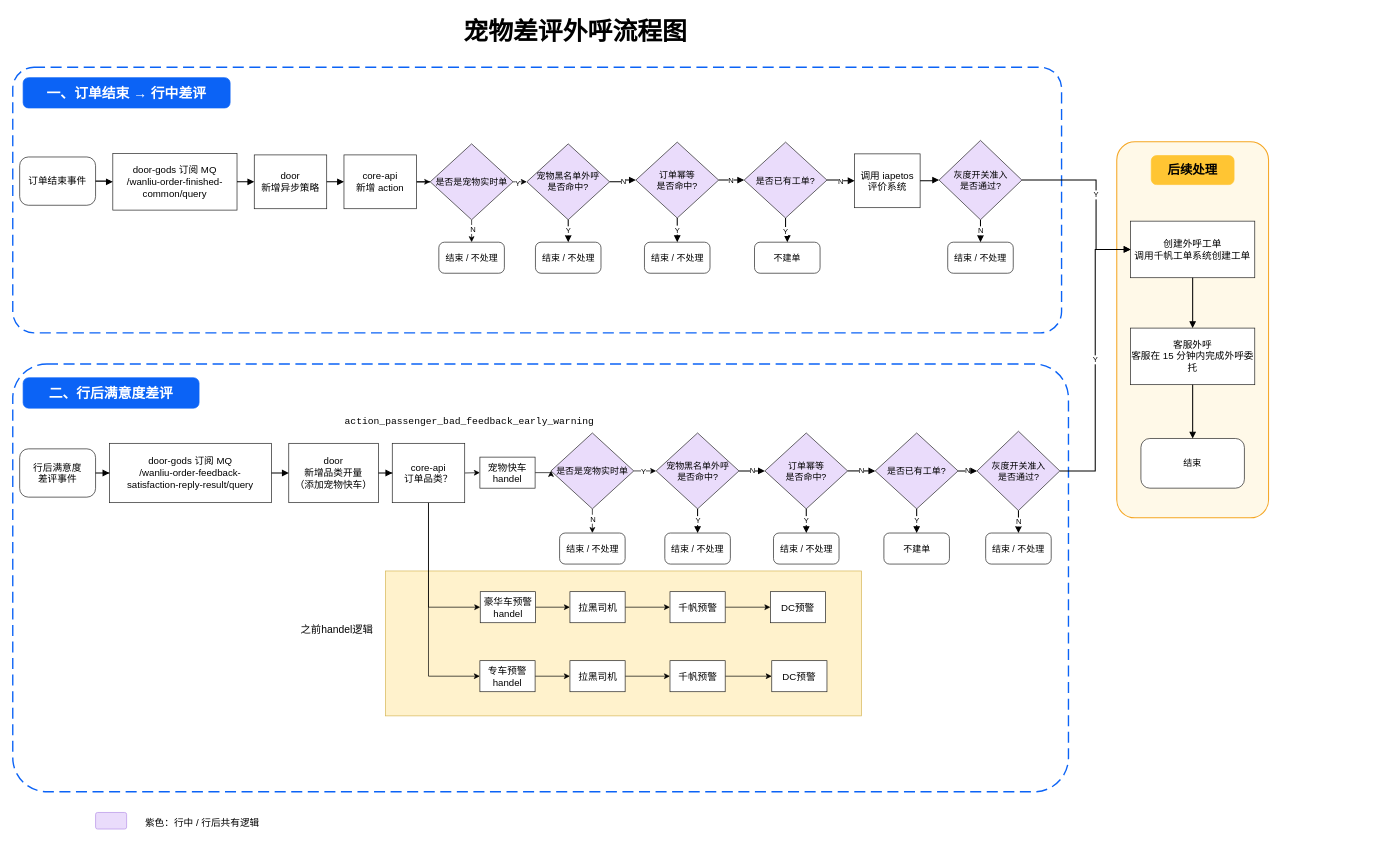
Before: 宠物外呼流程图.drawio in EYOKE/hello-world, a draw.io diagram. Source tidied: cells renumbered, new cells numbered last; positions are measured from the earlier drawing's top-left corner, leaving out a move shared by most shapes. Both pictures are drawn from the tidied source at 69%, with x=0, y=0 at pixel (12, 12).
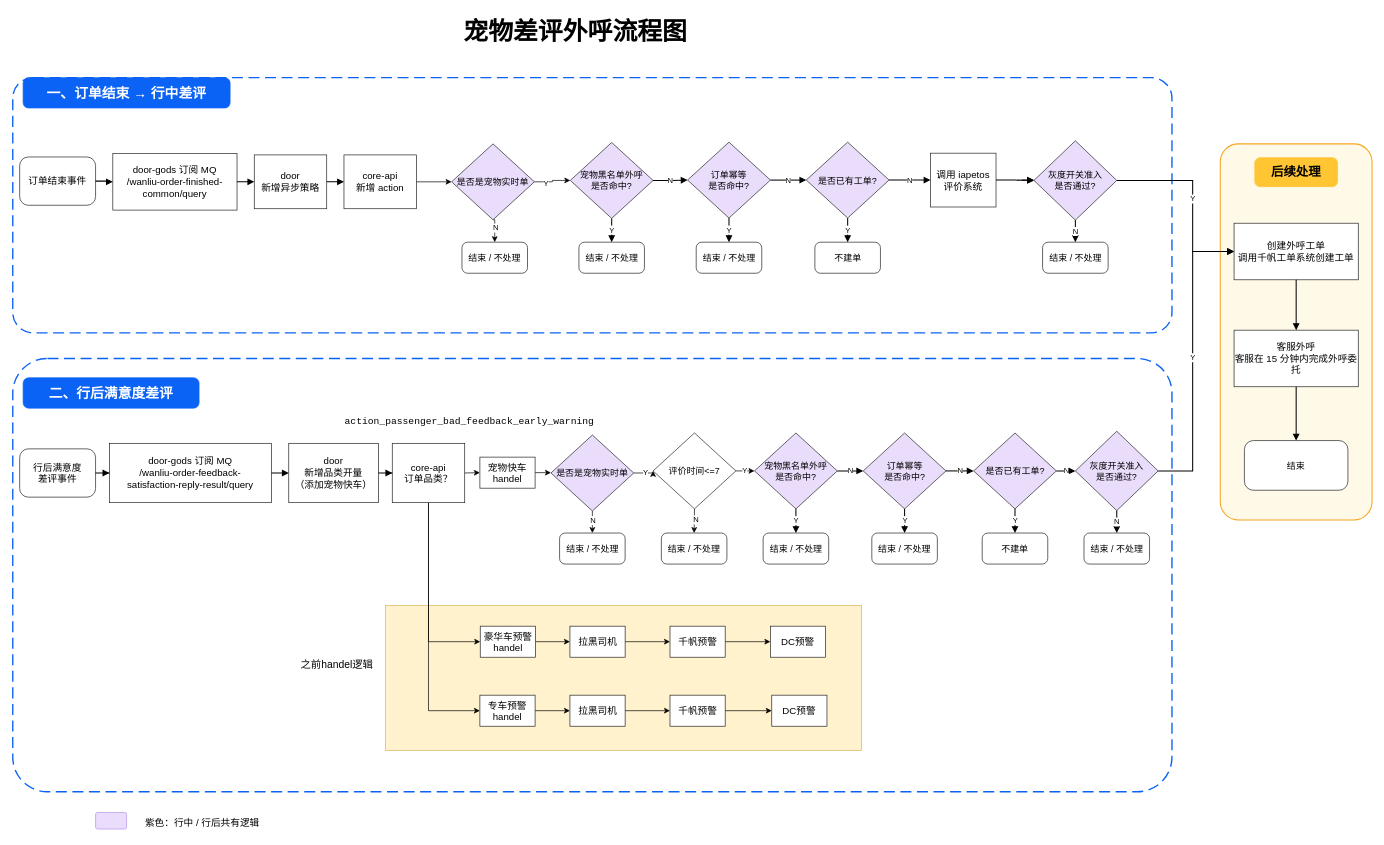
The same page after the edit.

Commit message:
更新宠物外呼流程图.drawio

Change to the diagram source:
```diff
@@
     <mxCell id="2" style="rounded=0;whiteSpace=wrap;html=1;fillColor=#fff2cc;strokeColor=#d6b656;" parent="1" vertex="1">
-      <mxGeometry x="540" y="810" width="690" height="210" as="geometry" />
+      <mxGeometry x="540" y="860" width="690" height="210" as="geometry" />
     </mxCell>
@@
     <mxCell id="4" style="rounded=1;whiteSpace=wrap;html=1;fillColor=none;strokeColor=#0B63F6;dashed=1;dashPattern=8 4;strokeWidth=2;arcSize=8;" parent="1" vertex="1">
-      <mxGeometry y="80" width="1520" height="385" as="geometry" />
+      <mxGeometry y="95" width="1680" height="370" as="geometry" />
     </mxCell>
     <mxCell id="5" style="rounded=1;whiteSpace=wrap;html=1;fillColor=none;strokeColor=#0B63F6;dashed=1;dashPattern=8 4;strokeWidth=2;arcSize=8;" parent="1" vertex="1">
-      <mxGeometry y="510" width="1530" height="620" as="geometry" />
+      <mxGeometry y="502" width="1680" height="628" as="geometry" />
     </mxCell>
@@
     <mxCell id="13" value="宠物黑名单外呼&lt;br&gt;是否命中?" style="rhombus;whiteSpace=wrap;html=1;fillColor=#EADCFB;strokeColor=#222222;fontSize=13;" parent="1" vertex="1">
-      <mxGeometry x="745" y="191" width="120" height="110" as="geometry" />
+      <mxGeometry x="808" y="189" width="120" height="110" as="geometry" />
     </mxCell>
     <mxCell id="14" value="订单幂等&lt;br&gt;是否命中?" style="rhombus;whiteSpace=wrap;html=1;fillColor=#EADCFB;strokeColor=#222222;fontSize=13;" parent="1" vertex="1">
-      <mxGeometry x="903" y="188.5" width="120" height="110" as="geometry" />
+      <mxGeometry x="978" y="188.5" width="120" height="110" as="geometry" />
     </mxCell>
     <mxCell id="15" value="是否已有工单?" style="rhombus;whiteSpace=wrap;html=1;fillColor=#EADCFB;strokeColor=#222222;fontSize=13;" parent="1" vertex="1">
-      <mxGeometry x="1060" y="188.5" width="120" height="110" as="geometry" />
+      <mxGeometry x="1150" y="188.5" width="120" height="110" as="geometry" />
     </mxCell>
     <mxCell id="16" value="调用 iapetos&lt;br&gt;评价系统" style="rounded=0;whiteSpace=wrap;html=1;fillColor=#FFFFFF;strokeColor=#222222;fontSize=14;" parent="1" vertex="1">
-      <mxGeometry x="1220" y="205.5" width="95" height="78" as="geometry" />
+      <mxGeometry x="1330" y="204.5" width="95" height="78" as="geometry" />
     </mxCell>
-    <mxCell id="17" value="灰度开关准入&lt;br&gt;是否通过?" style="rhombus;whiteSpace=wrap;html=1;fillColor=#EADCFB;strokeColor=#222222;fontSize=13;" parent="1" vertex="1">
-      <mxGeometry x="1342.5" y="186" width="120" height="115" as="geometry" />
-    </mxCell>
     <mxCell id="18" value="结束 / 不处理" style="rounded=1;whiteSpace=wrap;html=1;fillColor=#FFFFFF;strokeColor=#222222;fontSize=13;arcSize=18;" parent="1" vertex="1">
-      <mxGeometry x="757.5" y="333.5" width="95" height="45" as="geometry" />
+      <mxGeometry x="820.5" y="333.5" width="95" height="45" as="geometry" />
     </mxCell>
     <mxCell id="19" value="结束 / 不处理" style="rounded=1;whiteSpace=wrap;html=1;fillColor=#FFFFFF;strokeColor=#222222;fontSize=13;arcSize=18;" parent="1" vertex="1">
-      <mxGeometry x="915.5" y="333.5" width="95" height="45" as="geometry" />
+      <mxGeometry x="990.5" y="333.5" width="95" height="45" as="geometry" />
     </mxCell>
     <mxCell id="20" value="不建单" style="rounded=1;whiteSpace=wrap;html=1;fillColor=#FFFFFF;strokeColor=#222222;fontSize=13;arcSize=18;" parent="1" vertex="1">
-      <mxGeometry x="1075" y="333.5" width="95" height="45" as="geometry" />
+      <mxGeometry x="1162.5" y="333.5" width="95" height="45" as="geometry" />
     </mxCell>
     <mxCell id="21" value="结束 / 不处理" style="rounded=1;whiteSpace=wrap;html=1;fillColor=#FFFFFF;strokeColor=#222222;fontSize=13;arcSize=18;" parent="1" vertex="1">
-      <mxGeometry x="1355" y="333.5" width="95" height="45" as="geometry" />
+      <mxGeometry x="1492.5" y="333.5" width="95" height="45" as="geometry" />
     </mxCell>
@@
     <mxCell id="29" value="宠物黑名单外呼&lt;br&gt;是否命中?" style="rhombus;whiteSpace=wrap;html=1;fillColor=#EADCFB;strokeColor=#222222;fontSize=13;" parent="1" vertex="1">
-      <mxGeometry x="932.5" y="610" width="120" height="110" as="geometry" />
+      <mxGeometry x="1075" y="610" width="120" height="110" as="geometry" />
     </mxCell>
     <mxCell id="30" value="订单幂等&lt;br&gt;是否命中?" style="rhombus;whiteSpace=wrap;html=1;fillColor=#EADCFB;strokeColor=#222222;fontSize=13;" parent="1" vertex="1">
-      <mxGeometry x="1090" y="610" width="120" height="110" as="geometry" />
+      <mxGeometry x="1232.5" y="610" width="120" height="110" as="geometry" />
     </mxCell>
     <mxCell id="31" value="是否已有工单?" style="rhombus;whiteSpace=wrap;html=1;fillColor=#EADCFB;strokeColor=#222222;fontSize=13;" parent="1" vertex="1">
-      <mxGeometry x="1250" y="610" width="120" height="110" as="geometry" />
+      <mxGeometry x="1392.5" y="610" width="120" height="110" as="geometry" />
     </mxCell>
     <mxCell id="32" value="灰度开关准入&lt;br&gt;是否通过?" style="rhombus;whiteSpace=wrap;html=1;fillColor=#EADCFB;strokeColor=#222222;fontSize=13;" parent="1" vertex="1">
-      <mxGeometry x="1397.5" y="607.5" width="120" height="115" as="geometry" />
+      <mxGeometry x="1540" y="607.5" width="120" height="115" as="geometry" />
     </mxCell>
     <mxCell id="33" value="结束 / 不处理" style="rounded=1;whiteSpace=wrap;html=1;fillColor=#FFFFFF;strokeColor=#222222;fontSize=13;arcSize=18;" parent="1" vertex="1">
-      <mxGeometry x="945" y="755" width="95" height="45" as="geometry" />
+      <mxGeometry x="1087.5" y="755" width="95" height="45" as="geometry" />
     </mxCell>
     <mxCell id="34" value="结束 / 不处理" style="rounded=1;whiteSpace=wrap;html=1;fillColor=#FFFFFF;strokeColor=#222222;fontSize=13;arcSize=18;" parent="1" vertex="1">
-      <mxGeometry x="1102.5" y="755" width="95" height="45" as="geometry" />
+      <mxGeometry x="1245" y="755" width="95" height="45" as="geometry" />
     </mxCell>
     <mxCell id="35" value="不建单" style="rounded=1;whiteSpace=wrap;html=1;fillColor=#FFFFFF;strokeColor=#222222;fontSize=13;arcSize=18;" parent="1" vertex="1">
-      <mxGeometry x="1262.5" y="755" width="95" height="45" as="geometry" />
+      <mxGeometry x="1405" y="755" width="95" height="45" as="geometry" />
     </mxCell>
     <mxCell id="36" value="结束 / 不处理" style="rounded=1;whiteSpace=wrap;html=1;fillColor=#FFFFFF;strokeColor=#222222;fontSize=13;arcSize=18;" parent="1" vertex="1">
-      <mxGeometry x="1410" y="755" width="95" height="45" as="geometry" />
+      <mxGeometry x="1552.5" y="755" width="95" height="45" as="geometry" />
     </mxCell>
     <mxCell id="37" style="rounded=1;whiteSpace=wrap;html=1;fillColor=#FFF9E8;strokeColor=#F5A623;strokeWidth=1.5;arcSize=12;" parent="1" vertex="1">
-      <mxGeometry x="1600" y="188" width="220" height="545" as="geometry" />
+      <mxGeometry x="1750" y="191" width="220" height="545" as="geometry" />
     </mxCell>
     <mxCell id="38" value="后续处理" style="rounded=1;whiteSpace=wrap;html=1;fillColor=#FFC533;strokeColor=#FFC533;fontSize=18;fontStyle=1;arcSize=18;" parent="1" vertex="1">
-      <mxGeometry x="1650" y="208" width="120" height="42" as="geometry" />
+      <mxGeometry x="1800" y="211" width="120" height="42" as="geometry" />
     </mxCell>
     <mxCell id="39" value="创建外呼工单&lt;br&gt;调用千帆工单系统创建工单" style="rounded=0;whiteSpace=wrap;html=1;fillColor=#FFFFFF;strokeColor=#222222;fontSize=14;" parent="1" vertex="1">
-      <mxGeometry x="1620" y="303" width="180" height="82" as="geometry" />
+      <mxGeometry x="1770" y="306" width="180" height="82" as="geometry" />
     </mxCell>
     <mxCell id="40" value="客服外呼&lt;br&gt;客服在 15 分钟内完成外呼委托" style="rounded=0;whiteSpace=wrap;html=1;fillColor=#FFFFFF;strokeColor=#222222;fontSize=14;" parent="1" vertex="1">
-      <mxGeometry x="1620" y="458" width="180" height="82" as="geometry" />
+      <mxGeometry x="1770" y="461" width="180" height="82" as="geometry" />
     </mxCell>
     <mxCell id="41" value="结束" style="rounded=1;whiteSpace=wrap;html=1;fillColor=#FFFFFF;strokeColor=#222222;fontSize=13;arcSize=18;" parent="1" vertex="1">
-      <mxGeometry x="1635" y="618" width="150" height="72" as="geometry" />
+      <mxGeometry x="1785" y="621" width="150" height="72" as="geometry" />
     </mxCell>
@@
-    <mxCell id="49" value="Y" style="edgeStyle=orthogonalEdgeStyle;rounded=0;jettySize=auto;html=1;endArrow=block;endFill=1;strokeWidth=1.5;entryX=0;entryY=0.5;entryDx=0;entryDy=0;" parent="1" edge="1" source="17" target="39">
+    <mxCell id="49" value="Y" style="edgeStyle=orthogonalEdgeStyle;rounded=0;jettySize=auto;html=1;endArrow=block;endFill=1;strokeWidth=1.5;entryX=0;entryY=0.5;entryDx=0;entryDy=0;" parent="1" edge="1" source="17">
       <mxGeometry relative="1" as="geometry">
+        <mxPoint x="1770" y="347" as="targetPoint" />
         <Array as="points">
-          <mxPoint x="1570" y="243.6" />
-          <mxPoint x="1570" y="344" />
+          <mxPoint x="1710" y="243.5" />
+          <mxPoint x="1710" y="347" />
         </Array>
       </mxGeometry>
     </mxCell>
@@
     <mxCell id="60" value="Y" style="edgeStyle=orthogonalEdgeStyle;rounded=0;jettySize=auto;html=1;endArrow=block;endFill=1;strokeWidth=1.5;exitX=1;exitY=0.5;exitDx=0;exitDy=0;entryX=0;entryY=0.5;entryDx=0;entryDy=0;" parent="1" edge="1" source="32" target="39">
-      <mxGeometry relative="1" as="geometry" />
+      <mxGeometry relative="1" as="geometry">
+        <Array as="points">
+          <mxPoint x="1710" y="665" />
+          <mxPoint x="1710" y="347" />
+        </Array>
+      </mxGeometry>
     </mxCell>
@@
     <mxCell id="73" value="是否是宠物实时单" style="rhombus;whiteSpace=wrap;html=1;fillColor=#EADCFB;strokeColor=#222222;fontSize=13;" parent="1" vertex="1">
-      <mxGeometry x="605" y="191" width="120" height="110" as="geometry" />
+      <mxGeometry x="636" y="191" width="120" height="110" as="geometry" />
     </mxCell>
     <mxCell id="74" value="结束 / 不处理" style="rounded=1;whiteSpace=wrap;html=1;fillColor=#FFFFFF;strokeColor=#222222;fontSize=13;arcSize=18;" parent="1" vertex="1">
-      <mxGeometry x="617.5" y="333.5" width="95" height="45" as="geometry" />
+      <mxGeometry x="651" y="333.5" width="95" height="45" as="geometry" />
     </mxCell>
@@
-    <mxCell id="76" style="edgeStyle=orthogonalEdgeStyle;rounded=0;jettySize=auto;html=1;exitX=1;exitY=0.5;exitDx=0;exitDy=0;entryX=0;entryY=0.5;entryDx=0;entryDy=0;" parent="1" edge="1" source="80" target="29">
-      <mxGeometry relative="1" as="geometry" />
-    </mxCell>
-    <mxCell id="77" value="Y" style="edgeLabel;html=1;align=center;verticalAlign=middle;" parent="76" vertex="1">
-      <mxGeometry x="-0.22" relative="1" as="geometry" />
-    </mxCell>
@@
+    <mxCell id="99" style="edgeStyle=orthogonalEdgeStyle;rounded=0;jettySize=auto;html=1;exitX=1;exitY=0.5;exitDx=0;exitDy=0;entryX=0;entryY=0.5;entryDx=0;entryDy=0;" parent="1" edge="1" source="80" target="105">
+      <mxGeometry relative="1" as="geometry" />
+    </mxCell>
+    <mxCell id="100" value="Y" style="edgeLabel;html=1;align=center;verticalAlign=middle;" parent="99" vertex="1">
+      <mxGeometry x="0.01" y="1" relative="1" as="geometry" />
+    </mxCell>
     <mxCell id="80" value="是否是宠物实时单" style="rhombus;whiteSpace=wrap;html=1;fillColor=#EADCFB;strokeColor=#222222;fontSize=13;" parent="1" vertex="1">
-      <mxGeometry x="780" y="610" width="120" height="110" as="geometry" />
+      <mxGeometry x="780" y="613" width="120" height="110" as="geometry" />
     </mxCell>
@@
     <mxCell id="85" value="豪华车预警handel" style="rounded=0;whiteSpace=wrap;html=1;fillColor=#FFFFFF;strokeColor=#222222;fontSize=14;" parent="1" vertex="1">
-      <mxGeometry x="677.5" y="840" width="80" height="45" as="geometry" />
+      <mxGeometry x="677.5" y="890" width="80" height="45" as="geometry" />
     </mxCell>
@@
     <mxCell id="87" value="专车预警handel" style="rounded=0;whiteSpace=wrap;html=1;fillColor=#FFFFFF;strokeColor=#222222;fontSize=14;" parent="1" vertex="1">
-      <mxGeometry x="677" y="940" width="80" height="45" as="geometry" />
+      <mxGeometry x="677" y="990" width="80" height="45" as="geometry" />
     </mxCell>
@@
     <mxCell id="89" value="拉黑司机" style="rounded=0;whiteSpace=wrap;html=1;fillColor=#FFFFFF;strokeColor=#222222;fontSize=14;" parent="1" vertex="1">
-      <mxGeometry x="807.5" y="840" width="80" height="45" as="geometry" />
+      <mxGeometry x="807.5" y="890" width="80" height="45" as="geometry" />
     </mxCell>
@@
     <mxCell id="91" value="千帆预警" style="rounded=0;whiteSpace=wrap;html=1;fillColor=#FFFFFF;strokeColor=#222222;fontSize=14;" parent="1" vertex="1">
-      <mxGeometry x="952.5" y="840" width="80" height="45" as="geometry" />
+      <mxGeometry x="952.5" y="890" width="80" height="45" as="geometry" />
     </mxCell>
     <mxCell id="92" value="DC预警" style="rounded=0;whiteSpace=wrap;html=1;fillColor=#FFFFFF;strokeColor=#222222;fontSize=14;" parent="1" vertex="1">
-      <mxGeometry x="1098" y="840" width="80" height="45" as="geometry" />
+      <mxGeometry x="1098" y="890" width="80" height="45" as="geometry" />
     </mxCell>
@@
     <mxCell id="94" value="拉黑司机" style="rounded=0;whiteSpace=wrap;html=1;fillColor=#FFFFFF;strokeColor=#222222;fontSize=14;" parent="1" vertex="1">
-      <mxGeometry x="807.5" y="940" width="80" height="45" as="geometry" />
+      <mxGeometry x="807.5" y="990" width="80" height="45" as="geometry" />
     </mxCell>
@@
     <mxCell id="96" value="千帆预警" style="rounded=0;whiteSpace=wrap;html=1;fillColor=#FFFFFF;strokeColor=#222222;fontSize=14;" parent="1" vertex="1">
-      <mxGeometry x="952.5" y="940" width="80" height="45" as="geometry" />
+      <mxGeometry x="952.5" y="990" width="80" height="45" as="geometry" />
     </mxCell>
     <mxCell id="97" value="DC预警" style="rounded=0;whiteSpace=wrap;html=1;fillColor=#FFFFFF;strokeColor=#222222;fontSize=14;" parent="1" vertex="1">
-      <mxGeometry x="1100" y="940" width="80" height="45" as="geometry" />
+      <mxGeometry x="1100" y="990" width="80" height="45" as="geometry" />
     </mxCell>
     <mxCell id="98" value="&lt;font style=&quot;font-size: 15px;&quot;&gt;之前handel逻辑&lt;/font&gt;" style="text;html=1;whiteSpace=wrap;strokeColor=none;fillColor=none;align=center;verticalAlign=middle;rounded=0;" parent="1" vertex="1">
-      <mxGeometry x="400" y="880" width="140" height="30" as="geometry" />
+      <mxGeometry x="400" y="930" width="140" height="30" as="geometry" />
     </mxCell>
+    <mxCell id="101" style="edgeStyle=orthogonalEdgeStyle;rounded=0;jettySize=auto;html=1;exitX=1;exitY=0.5;exitDx=0;exitDy=0;entryX=0;entryY=0.5;entryDx=0;entryDy=0;" parent="1" edge="1" source="105" target="29">
+      <mxGeometry relative="1" as="geometry" />
+    </mxCell>
+    <mxCell id="102" value="Y" style="edgeLabel;html=1;align=center;verticalAlign=middle;" parent="101" vertex="1">
+      <mxGeometry x="-0.12" y="1" relative="1" as="geometry" />
+    </mxCell>
+    <mxCell id="103" style="edgeStyle=orthogonalEdgeStyle;rounded=0;jettySize=auto;html=1;exitX=0.5;exitY=1;exitDx=0;exitDy=0;entryX=0.5;entryY=0;entryDx=0;entryDy=0;" parent="1" edge="1" source="105" target="106">
+      <mxGeometry relative="1" as="geometry" />
+    </mxCell>
+    <mxCell id="104" value="N" style="edgeLabel;html=1;align=center;verticalAlign=middle;" parent="103" vertex="1">
+      <mxGeometry x="-0.17" y="2" relative="1" as="geometry" />
+    </mxCell>
+    <mxCell id="105" value="评价时间&amp;lt;=7" style="rhombus;whiteSpace=wrap;html=1;fillColor=none;strokeColor=#222222;fontSize=13;" parent="1" vertex="1">
+      <mxGeometry x="928" y="610" width="120" height="110" as="geometry" />
+    </mxCell>
+    <mxCell id="106" value="结束 / 不处理" style="rounded=1;whiteSpace=wrap;html=1;fillColor=#FFFFFF;strokeColor=#222222;fontSize=13;arcSize=18;" parent="1" vertex="1">
+      <mxGeometry x="940" y="755" width="95" height="45" as="geometry" />
+    </mxCell>
+    <mxCell id="107" style="edgeStyle=orthogonalEdgeStyle;rounded=0;jettySize=auto;html=1;endArrow=block;endFill=1;strokeWidth=1.5;entryX=0;entryY=0.5;entryDx=0;entryDy=0;" parent="1" edge="1" target="17">
+      <mxGeometry relative="1" as="geometry">
+        <mxPoint x="1462.5" y="243.5" as="sourcePoint" />
+      </mxGeometry>
+    </mxCell>
+    <mxCell id="17" value="灰度开关准入&lt;br&gt;是否通过?" style="rhombus;whiteSpace=wrap;html=1;fillColor=#EADCFB;strokeColor=#222222;fontSize=13;" parent="1" vertex="1">
+      <mxGeometry x="1480" y="186.5" width="120" height="115" as="geometry" />
+    </mxCell>
```
